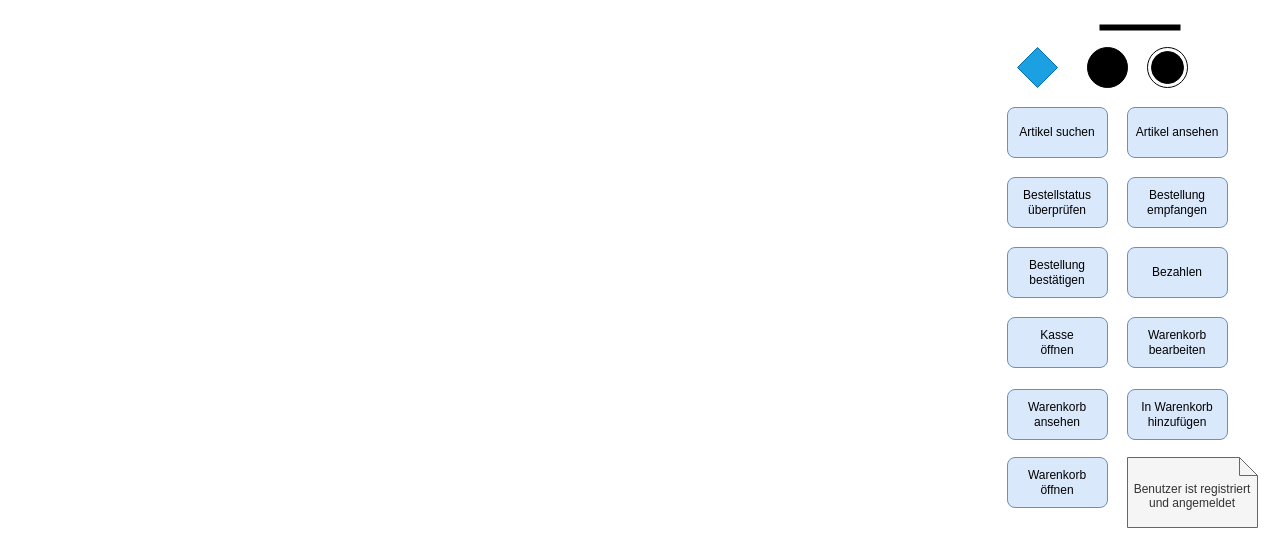
therealfilko/uml keeps this draw.io diagram as Aufnahme.drawio. Above is the earlier version. Source tidied: cells renumbered, new cells numbered last; positions are measured from the earlier drawing's top-left corner, leaving out a move shared by most shapes. Both pictures are drawn from the tidied source at 100%, with x=0, y=0 at pixel (1007, -13).
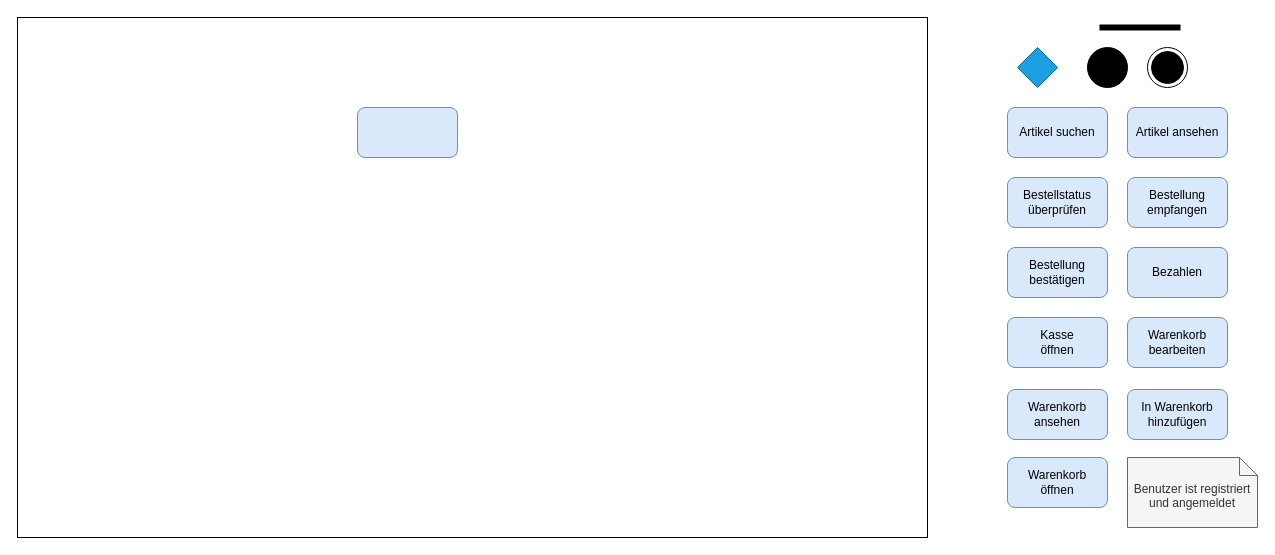
Above is the later version.

Change to the diagram source:
```diff
@@
 <mxGraphModel>
   <root>
     <mxCell id="0" />
     <mxCell id="1" parent="0" />
     <mxCell id="2" style="ellipse;fillColor=strokeColor;" parent="1" vertex="1">
       <mxGeometry x="80" y="60" width="40" height="40" as="geometry" />
     </mxCell>
     <mxCell id="3" value="Artikel suchen" style="rounded=1;whiteSpace=wrap;html=1;fillColor=#dae8fc;strokeColor=#6c8ebf;" parent="1" vertex="1">
       <mxGeometry y="120" width="100" height="50" as="geometry" />
     </mxCell>
     <mxCell id="4" style="rhombus;whiteSpace=wrap;html=1;fillColor=#1ba1e2;fontColor=#ffffff;strokeColor=#006EAF;" parent="1" vertex="1">
       <mxGeometry x="10" y="60" width="40" height="40" as="geometry" />
     </mxCell>
     <mxCell id="5" value="Artikel ansehen" style="rounded=1;whiteSpace=wrap;html=1;fillColor=#dae8fc;strokeColor=#6c8ebf;" parent="1" vertex="1">
       <mxGeometry x="120" y="120" width="100" height="50" as="geometry" />
     </mxCell>
     <mxCell id="6" value="Warenkorb&lt;br&gt;öffnen" style="rounded=1;whiteSpace=wrap;html=1;fillColor=#dae8fc;strokeColor=#6c8ebf;" parent="1" vertex="1">
       <mxGeometry y="470" width="100" height="50" as="geometry" />
     </mxCell>
     <mxCell id="7" value="Bestellung&lt;br&gt;bestätigen" style="rounded=1;whiteSpace=wrap;html=1;fillColor=#dae8fc;strokeColor=#6c8ebf;" parent="1" vertex="1">
       <mxGeometry y="260" width="100" height="50" as="geometry" />
     </mxCell>
     <mxCell id="8" value="Bezahlen" style="rounded=1;whiteSpace=wrap;html=1;fillColor=#dae8fc;strokeColor=#6c8ebf;" parent="1" vertex="1">
       <mxGeometry x="120" y="260" width="100" height="50" as="geometry" />
     </mxCell>
     <mxCell id="9" value="Bestellstatus&lt;br&gt;überprüfen" style="rounded=1;whiteSpace=wrap;html=1;fillColor=#dae8fc;strokeColor=#6c8ebf;" parent="1" vertex="1">
       <mxGeometry y="190" width="100" height="50" as="geometry" />
     </mxCell>
     <mxCell id="10" value="Bestellung&lt;br&gt;empfangen" style="rounded=1;whiteSpace=wrap;html=1;fillColor=#dae8fc;strokeColor=#6c8ebf;" parent="1" vertex="1">
       <mxGeometry x="120" y="190" width="100" height="50" as="geometry" />
     </mxCell>
     <mxCell id="11" style="ellipse;html=1;shape=endState;fillColor=strokeColor;" parent="1" vertex="1">
       <mxGeometry x="140" y="60" width="40" height="40" as="geometry" />
     </mxCell>
     <mxCell id="12" value="Kasse&lt;br&gt;öffnen" style="rounded=1;whiteSpace=wrap;html=1;fillColor=#dae8fc;strokeColor=#6c8ebf;" parent="1" vertex="1">
       <mxGeometry y="330" width="100" height="50" as="geometry" />
     </mxCell>
     <mxCell id="13" value="Warenkorb&lt;br&gt;ansehen" style="rounded=1;whiteSpace=wrap;html=1;fillColor=#dae8fc;strokeColor=#6c8ebf;" parent="1" vertex="1">
       <mxGeometry y="402" width="100" height="50" as="geometry" />
     </mxCell>
     <mxCell id="14" value="Warenkorb&lt;br&gt;bearbeiten" style="rounded=1;whiteSpace=wrap;html=1;fillColor=#dae8fc;strokeColor=#6c8ebf;" parent="1" vertex="1">
       <mxGeometry x="120" y="330" width="100" height="50" as="geometry" />
     </mxCell>
     <mxCell id="15" value="Benutzer ist registriert&lt;br&gt;und angemeldet" style="shape=note2;boundedLbl=1;whiteSpace=wrap;html=1;size=18;verticalAlign=top;align=center;fillColor=#f5f5f5;fontColor=#333333;strokeColor=#666666;" parent="1" vertex="1">
       <mxGeometry x="120" y="470" width="130" height="70" as="geometry" />
     </mxCell>
     <mxCell id="16" style="html=1;perimeter=orthogonalPerimeter;fillColor=strokeColor;rotation=90;" parent="1" vertex="1">
       <mxGeometry x="130" width="5" height="80" as="geometry" />
     </mxCell>
     <mxCell id="17" value="In Warenkorb&lt;br&gt;hinzufügen" style="rounded=1;whiteSpace=wrap;html=1;fillColor=#dae8fc;strokeColor=#6c8ebf;" parent="1" vertex="1">
       <mxGeometry x="120" y="402" width="100" height="50" as="geometry" />
     </mxCell>
+    <mxCell id="18" style="rounded=1;whiteSpace=wrap;html=1;fillColor=#dae8fc;strokeColor=#6c8ebf;" parent="1" vertex="1">
+      <mxGeometry x="-650" y="120" width="100" height="50" as="geometry" />
+    </mxCell>
+    <mxCell id="19" style="rounded=0;whiteSpace=wrap;html=1;fontSize=16;fillColor=none;" parent="1" vertex="1">
+      <mxGeometry x="-990" y="30" width="910" height="520" as="geometry" />
+    </mxCell>
   </root>
 </mxGraphModel>
```
